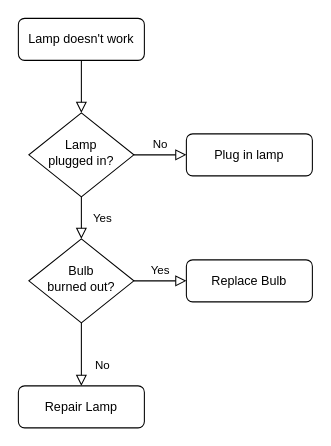
Before: Untitled Diagram.drawio in marjuta/test, a draw.io diagram. Source tidied: cells renumbered, new cells numbered last; positions are measured from the earlier drawing's top-left corner, leaving out a move shared by most shapes. Both pictures are drawn from the tidied source at 105%, with x=0, y=0 at pixel (18, 18).
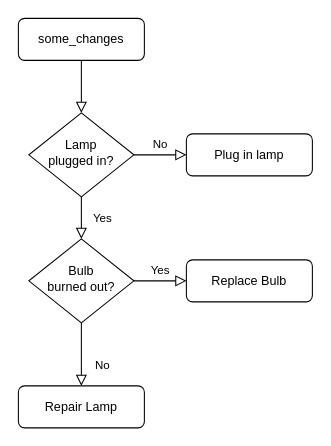
After the change.

What changed in the source:
```diff
@@
 <mxGraphModel>
   <root>
     <mxCell id="0" />
     <mxCell id="1" parent="0" />
     <mxCell id="2" style="rounded=0;html=1;jettySize=auto;fontSize=11;endArrow=block;endFill=0;endSize=8;strokeWidth=1;shadow=0;labelBackgroundColor=none;edgeStyle=orthogonalEdgeStyle;" parent="1" edge="1" source="3" target="6">
       <mxGeometry relative="1" as="geometry" />
     </mxCell>
-    <mxCell id="3" value="Lamp doesn't work" style="rounded=1;whiteSpace=wrap;html=1;fontSize=12;glass=0;strokeWidth=1;shadow=0;" parent="1" vertex="1">
+    <mxCell id="3" value="some_changes" style="rounded=1;whiteSpace=wrap;html=1;fontSize=12;glass=0;strokeWidth=1;shadow=0;" parent="1" vertex="1">
       <mxGeometry width="120" height="40" as="geometry" />
     </mxCell>
     <mxCell id="4" value="Yes" style="rounded=0;html=1;jettySize=auto;fontSize=11;endArrow=block;endFill=0;endSize=8;strokeWidth=1;shadow=0;labelBackgroundColor=none;edgeStyle=orthogonalEdgeStyle;" parent="1" edge="1" source="6" target="10">
       <mxGeometry y="20" relative="1" as="geometry" />
     </mxCell>
     <mxCell id="5" value="No" style="edgeStyle=orthogonalEdgeStyle;rounded=0;html=1;jettySize=auto;fontSize=11;endArrow=block;endFill=0;endSize=8;strokeWidth=1;shadow=0;labelBackgroundColor=none;" parent="1" edge="1" source="6" target="7">
       <mxGeometry y="10" relative="1" as="geometry" />
     </mxCell>
     <mxCell id="6" value="Lamp&lt;br&gt;plugged in?" style="rhombus;whiteSpace=wrap;html=1;shadow=0;fontFamily=Helvetica;fontSize=12;align=center;strokeWidth=1;spacing=6;spacingTop=-4;" parent="1" vertex="1">
       <mxGeometry x="10" y="90" width="100" height="80" as="geometry" />
     </mxCell>
     <mxCell id="7" value="Plug in lamp" style="rounded=1;whiteSpace=wrap;html=1;fontSize=12;glass=0;strokeWidth=1;shadow=0;" parent="1" vertex="1">
       <mxGeometry x="160" y="110" width="120" height="40" as="geometry" />
     </mxCell>
     <mxCell id="8" value="No" style="rounded=0;html=1;jettySize=auto;fontSize=11;endArrow=block;endFill=0;endSize=8;strokeWidth=1;shadow=0;labelBackgroundColor=none;edgeStyle=orthogonalEdgeStyle;" parent="1" edge="1" source="10" target="11">
       <mxGeometry x="0.33" y="20" relative="1" as="geometry" />
     </mxCell>
     <mxCell id="9" value="Yes" style="edgeStyle=orthogonalEdgeStyle;rounded=0;html=1;jettySize=auto;fontSize=11;endArrow=block;endFill=0;endSize=8;strokeWidth=1;shadow=0;labelBackgroundColor=none;" parent="1" edge="1" source="10" target="12">
       <mxGeometry y="10" relative="1" as="geometry" />
     </mxCell>
     <mxCell id="10" value="Bulb&lt;br&gt;burned out?" style="rhombus;whiteSpace=wrap;html=1;shadow=0;fontFamily=Helvetica;fontSize=12;align=center;strokeWidth=1;spacing=6;spacingTop=-4;" parent="1" vertex="1">
       <mxGeometry x="10" y="210" width="100" height="80" as="geometry" />
     </mxCell>
     <mxCell id="11" value="Repair Lamp" style="rounded=1;whiteSpace=wrap;html=1;fontSize=12;glass=0;strokeWidth=1;shadow=0;" parent="1" vertex="1">
       <mxGeometry y="350" width="120" height="40" as="geometry" />
     </mxCell>
     <mxCell id="12" value="Replace Bulb" style="rounded=1;whiteSpace=wrap;html=1;fontSize=12;glass=0;strokeWidth=1;shadow=0;" parent="1" vertex="1">
       <mxGeometry x="160" y="230" width="120" height="40" as="geometry" />
     </mxCell>
   </root>
 </mxGraphModel>
```
